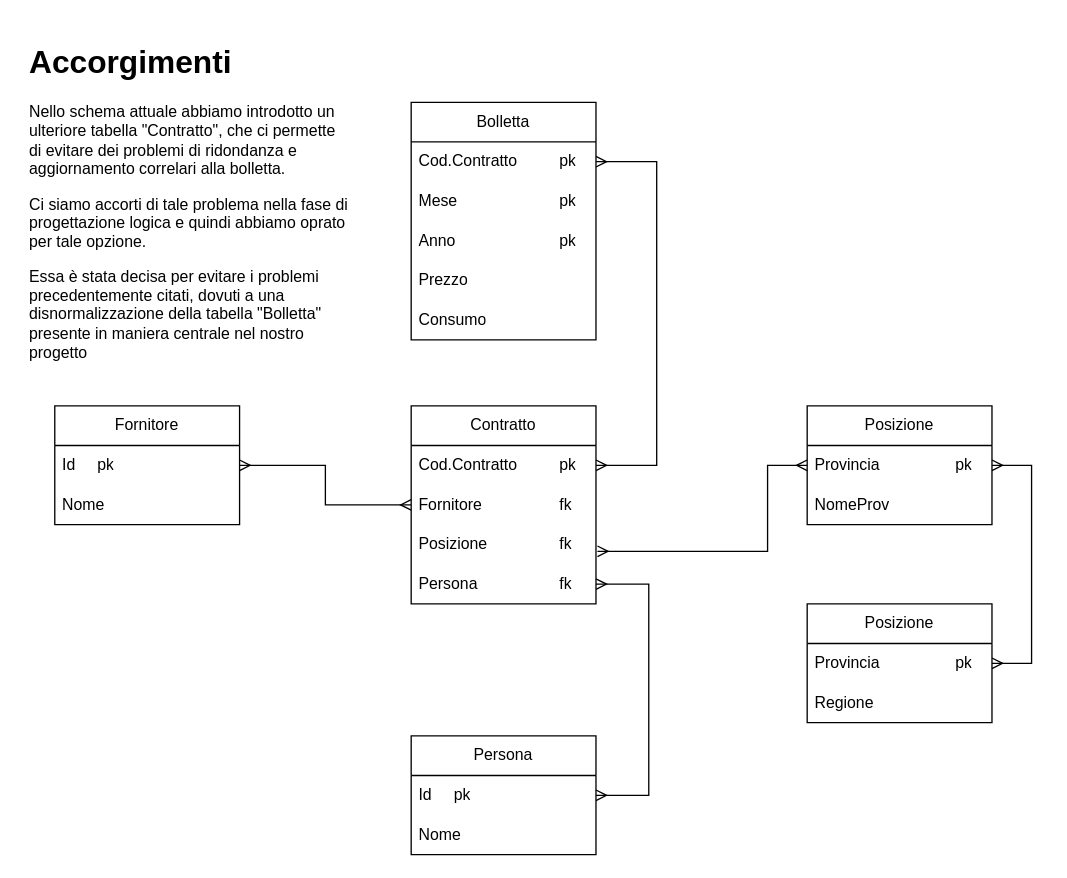
Earlier version of the draw.io diagram page "Schema logico" (4 of 4) of Electrical Theft.drawio (Moriarty2002/electricity-theft). Source tidied: cells renumbered, new cells numbered last; positions are measured from the earlier drawing's top-left corner, leaving out a move shared by most shapes. Both pictures are drawn from the tidied source at 132%, with x=0, y=0 at pixel (22, 36).
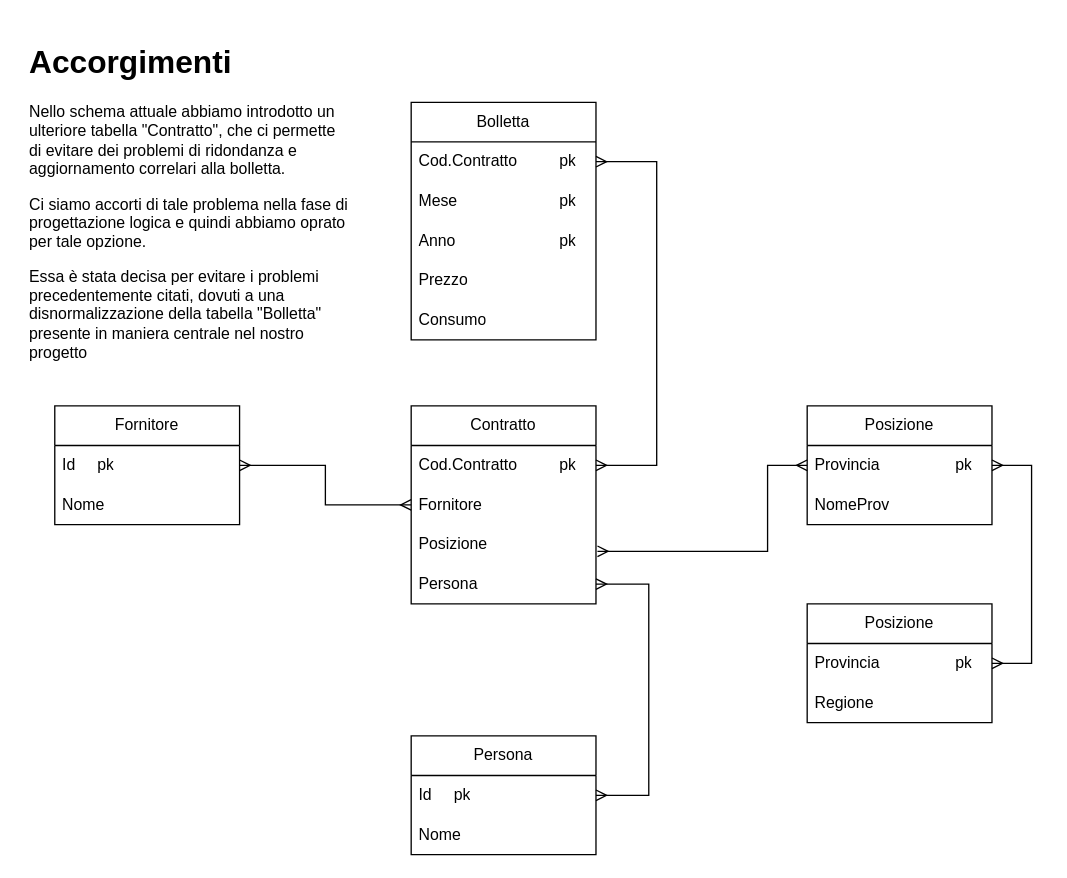
The same diagram, later.

The change refers to these unchanged cells:
```xml
<mxCell id="6" value="Contratto" style="swimlane;fontStyle=0;horizontal=1;startSize=30;whiteSpace=wrap;html=1;" parent="1" vertex="1">
  <mxGeometry x="294" y="280" width="140" height="150" as="geometry" />
</mxCell>
```

The edit, as a diff of the source:
```diff
@@
-    <mxCell id="8" value="Fornitore&lt;span style=&quot;white-space: pre;&quot;&gt;&#9;&lt;span style=&quot;white-space: pre;&quot;&gt;&#9;&lt;span style=&quot;white-space: pre;&quot;&gt;&#9;&lt;/span&gt;&lt;/span&gt;&lt;/span&gt;fk" style="text;strokeColor=none;fillColor=none;align=left;verticalAlign=middle;spacingLeft=4;spacingRight=4;overflow=hidden;points=[[0,0.5],[1,0.5]];portConstraint=eastwest;whiteSpace=wrap;html=1;" parent="6" vertex="1">
+    <mxCell id="8" value="Fornitore&lt;span style=&quot;white-space: pre;&quot;&gt;&#9;&lt;span style=&quot;white-space: pre;&quot;&gt;&#9;&lt;span style=&quot;white-space: pre;&quot;&gt;&#9;&lt;/span&gt;&lt;/span&gt;&lt;/span&gt;" style="text;strokeColor=none;fillColor=none;align=left;verticalAlign=middle;spacingLeft=4;spacingRight=4;overflow=hidden;points=[[0,0.5],[1,0.5]];portConstraint=eastwest;whiteSpace=wrap;html=1;" parent="6" vertex="1">
       <mxGeometry y="60" width="140" height="30" as="geometry" />
     </mxCell>
-    <mxCell id="9" value="Posizione&lt;span style=&quot;white-space: pre;&quot;&gt;&#9;&lt;/span&gt;&lt;span style=&quot;white-space: pre;&quot;&gt;&#9;&lt;/span&gt;fk" style="text;strokeColor=none;fillColor=none;align=left;verticalAlign=middle;spacingLeft=4;spacingRight=4;overflow=hidden;points=[[0,0.5],[1,0.5]];portConstraint=eastwest;whiteSpace=wrap;html=1;" parent="6" vertex="1">
+    <mxCell id="9" value="Posizione&lt;span style=&quot;white-space: pre;&quot;&gt;&#9;&lt;/span&gt;&lt;span style=&quot;white-space: pre;&quot;&gt;&#9;&lt;/span&gt;" style="text;strokeColor=none;fillColor=none;align=left;verticalAlign=middle;spacingLeft=4;spacingRight=4;overflow=hidden;points=[[0,0.5],[1,0.5]];portConstraint=eastwest;whiteSpace=wrap;html=1;" parent="6" vertex="1">
       <mxGeometry y="90" width="140" height="30" as="geometry" />
     </mxCell>
-    <mxCell id="10" value="Persona&lt;span style=&quot;white-space: pre;&quot;&gt;&#9;&lt;span style=&quot;white-space: pre;&quot;&gt;&#9;&lt;span style=&quot;white-space: pre;&quot;&gt;&#9;&lt;/span&gt;&lt;/span&gt;&lt;/span&gt;fk" style="text;strokeColor=none;fillColor=none;align=left;verticalAlign=middle;spacingLeft=4;spacingRight=4;overflow=hidden;points=[[0,0.5],[1,0.5]];portConstraint=eastwest;whiteSpace=wrap;html=1;" parent="6" vertex="1">
+    <mxCell id="10" value="Persona&lt;span style=&quot;white-space: pre;&quot;&gt;&#9;&lt;span style=&quot;white-space: pre;&quot;&gt;&#9;&lt;span style=&quot;white-space: pre;&quot;&gt;&#9;&lt;/span&gt;&lt;/span&gt;&lt;/span&gt;" style="text;strokeColor=none;fillColor=none;align=left;verticalAlign=middle;spacingLeft=4;spacingRight=4;overflow=hidden;points=[[0,0.5],[1,0.5]];portConstraint=eastwest;whiteSpace=wrap;html=1;" parent="6" vertex="1">
       <mxGeometry y="120" width="140" height="30" as="geometry" />
     </mxCell>
```
